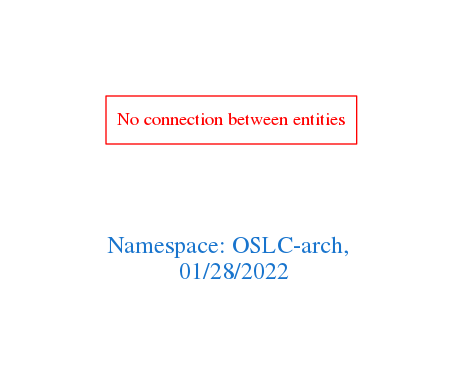
arago/OGIT keeps this Graphviz diagram as downloads/OSLC-arch.png. Above is the earlier version. Its source is kept beside it as downloads/OSLC-arch.dot.
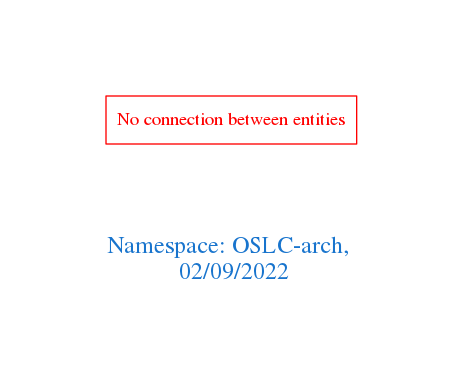
After the commit.

What changed in the source:
```diff
@@ -1,7 +1,7 @@
 digraph OGIT_ontology {
  graph [ rankdir= LR,pad=1
 fontsize = 18,
-fontcolor= dodgerblue3,label = "\n\n\nNamespace: OSLC-arch, \n 01/28/2022"];
+fontcolor= dodgerblue3,label = "\n\n\nNamespace: OSLC-arch, \n 02/09/2022"];
 node[shape=polygon];
 edge [  color="gray81"];
 
```
